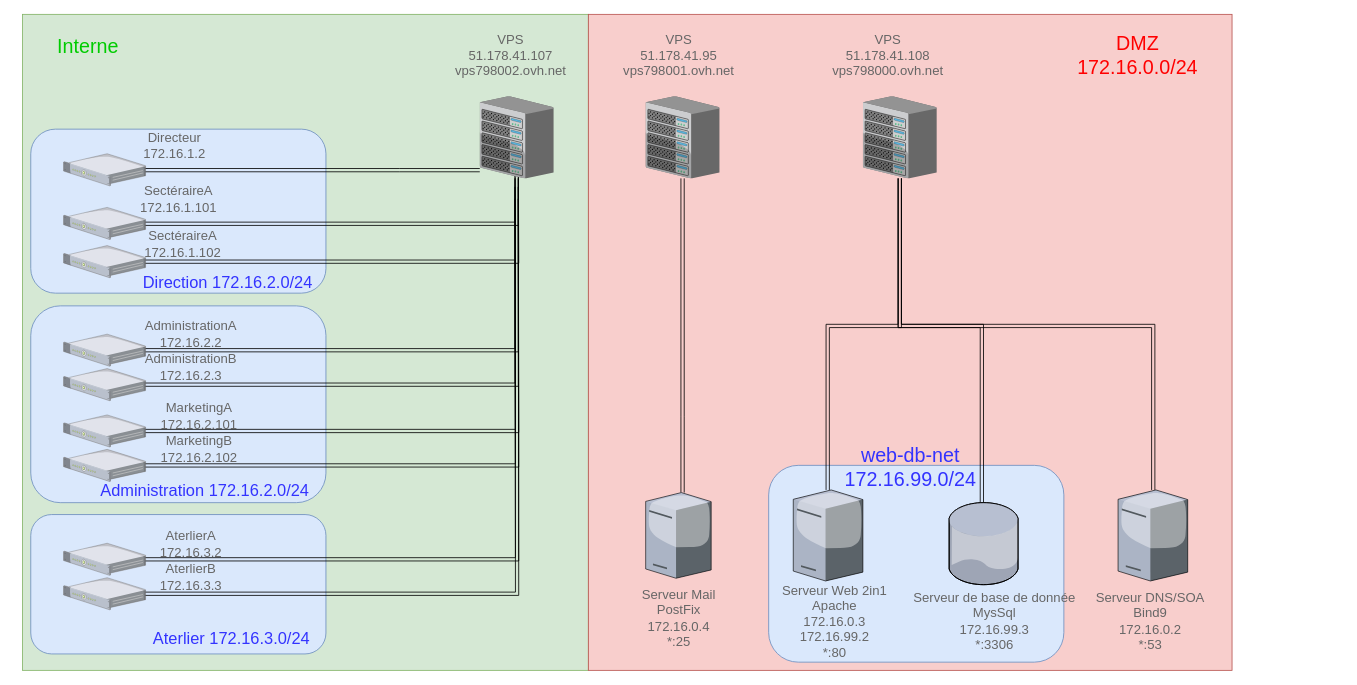
Before: documents/SchémaPhysique.drawio in Frodon001/2tl2AdminGr9, a draw.io diagram. Source tidied: cells renumbered, new cells numbered last; positions are measured from the earlier drawing's top-left corner, leaving out a move shared by most shapes. Both pictures are drawn from the tidied source at 82%, with x=0, y=0 at pixel (14, 14).
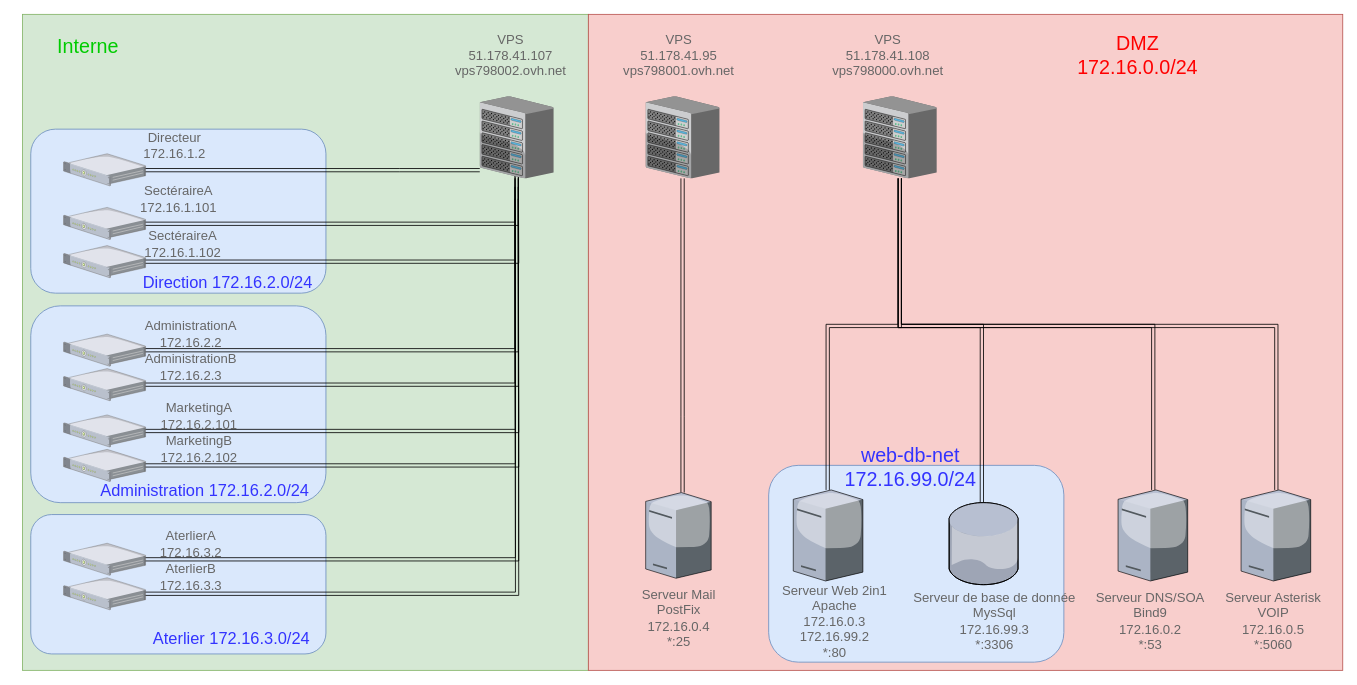
Above is the later version.

Commit message (it also covers changes not shown here):
maj shéma physique

The change refers to these unchanged cells:
```xml
<mxCell id="9" style="verticalLabelPosition=bottom;html=1;verticalAlign=top;strokeColor=#6881B3;align=center;outlineConnect=0;shape=mxgraph.citrix.chassis;fontFamily=Helvetica;fontSize=16;fontColor=#0066CC;strokeWidth=2;fillColor=#CCCCCC;" parent="1" vertex="1">
  <mxGeometry x="1034.8" y="100" width="90" height="100" as="geometry" />
</mxCell>
```

Diff of the diagram source:
```diff
@@
     <mxCell id="3" style="rounded=1;whiteSpace=wrap;html=1;arcSize=0;fillColor=#f8cecc;strokeColor=#b85450;" parent="1" vertex="1">
-      <mxGeometry x="700" width="785" height="800" as="geometry" />
+      <mxGeometry x="700" width="920" height="800" as="geometry" />
     </mxCell>
@@
+    <mxCell id="59" style="edgeStyle=orthogonalEdgeStyle;rounded=0;jettySize=auto;html=1;shape=link;" parent="1" edge="1" source="9" target="61">
+      <mxGeometry relative="1" as="geometry">
+        <Array as="points">
+          <mxPoint x="1080" y="380" />
+          <mxPoint x="1539" y="380" />
+        </Array>
+      </mxGeometry>
+    </mxCell>
@@
+    <mxCell id="60" value="&lt;font style=&quot;font-size: 16px&quot; color=&quot;#666666&quot;&gt;Serveur Asterisk&lt;br&gt;VOIP&lt;br&gt;172.16.0.5&lt;br&gt;*:5060&lt;br style=&quot;font-size: 16px&quot;&gt;&lt;/font&gt;" style="text;html=1;align=center;verticalAlign=middle;fontSize=16;" parent="1" vertex="1">
+      <mxGeometry x="1470" y="700" width="130" height="80" as="geometry" />
+    </mxCell>
+    <mxCell id="61" style="verticalLabelPosition=bottom;html=1;verticalAlign=top;strokeColor=none;align=center;outlineConnect=0;shape=mxgraph.citrix.tower_server;fontSize=16;" parent="1" vertex="1">
+      <mxGeometry x="1496" y="580" width="84.9" height="111" as="geometry" />
+    </mxCell>
```
